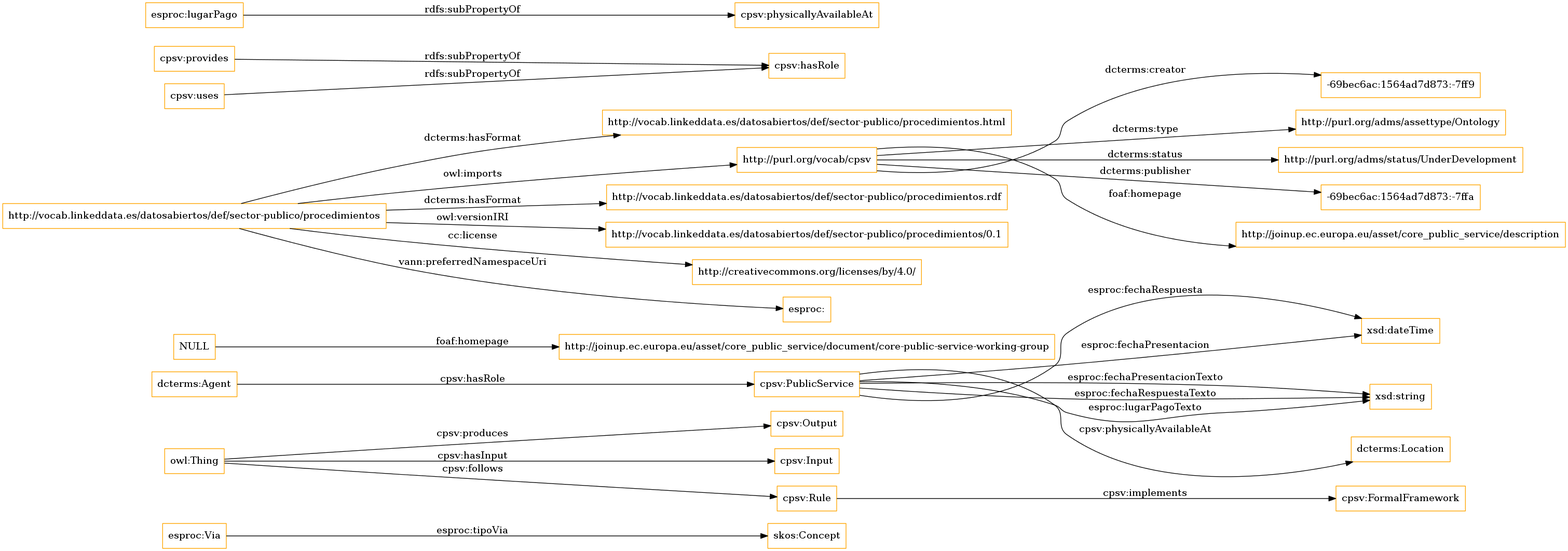
This is OnToology/procedimientos.owl/diagrams/ar2dtool-class/procedimientos.owl.png from opencitydata/sector-publico-servicio, a Graphviz export, as it was before one commit. Its source is kept beside it as OnToology/procedimientos.owl/diagrams/ar2dtool-class/procedimientos.owl.png.dot.
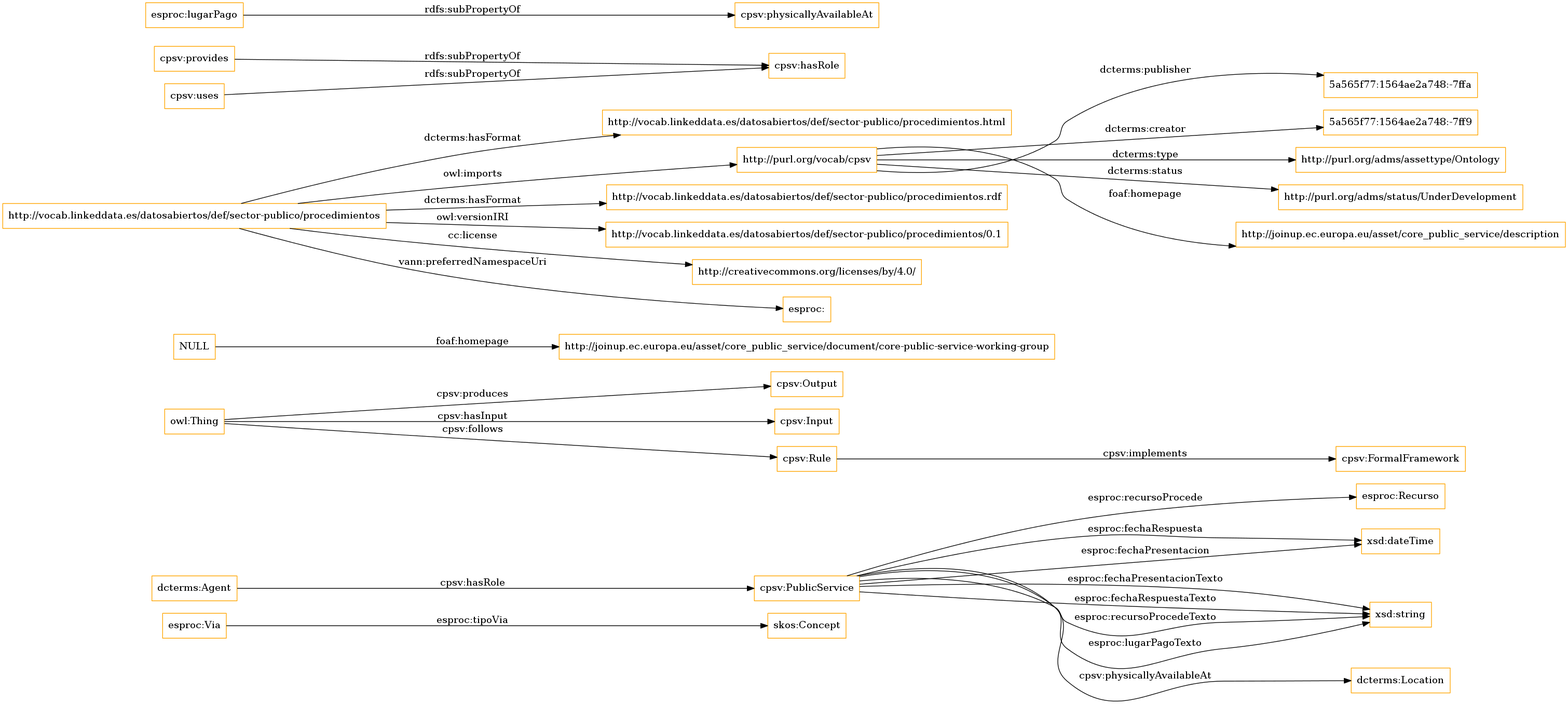
After the commit.

Change to the diagram source:
```diff
@@ -1,7 +1,7 @@
 digraph ar2dtool_diagram {
 rankdir=LR;
 size="1501"
-node [shape = rectangle, color="orange"]; "skos:Concept" "cpsv:FormalFramework" "cpsv:Output" "cpsv:Input" "cpsv:Rule" "cpsv:PublicService" ; /*classes style*/
+node [shape = rectangle, color="orange"]; "skos:Concept" "esproc:Via" "esproc:Recurso" "cpsv:FormalFramework" "cpsv:Output" "cpsv:Input" "cpsv:Rule" "cpsv:PublicService" ; /*classes style*/
 	"NULL" -> "http://joinup.ec.europa.eu/asset/core_public_service/document/core-public-service-working-group" [ label = "foaf:homepage" ];
 	"http://vocab.linkeddata.es/datosabiertos/def/sector-publico/procedimientos" -> "http://vocab.linkeddata.es/datosabiertos/def/sector-publico/procedimientos.html" [ label = "dcterms:hasFormat" ];
 	"http://vocab.linkeddata.es/datosabiertos/def/sector-publico/procedimientos" -> "http://purl.org/vocab/cpsv" [ label = "owl:imports" ];
@@ -10,24 +10,26 @@
 	"http://vocab.linkeddata.es/datosabiertos/def/sector-publico/procedimientos" -> "http://creativecommons.org/licenses/by/4.0/" [ label = "cc:license" ];
 	"http://vocab.linkeddata.es/datosabiertos/def/sector-publico/procedimientos" -> "esproc:" [ label = "vann:preferredNamespaceUri" ];
 	"cpsv:provides" -> "cpsv:hasRole" [ label = "rdfs:subPropertyOf" ];
-	"http://purl.org/vocab/cpsv" -> "-69bec6ac:1564ad7d873:-7ff9" [ label = "dcterms:creator" ];
+	"http://purl.org/vocab/cpsv" -> "5a565f77:1564ae2a748:-7ffa" [ label = "dcterms:publisher" ];
+	"http://purl.org/vocab/cpsv" -> "5a565f77:1564ae2a748:-7ff9" [ label = "dcterms:creator" ];
 	"http://purl.org/vocab/cpsv" -> "http://purl.org/adms/assettype/Ontology" [ label = "dcterms:type" ];
 	"http://purl.org/vocab/cpsv" -> "http://purl.org/adms/status/UnderDevelopment" [ label = "dcterms:status" ];
-	"http://purl.org/vocab/cpsv" -> "-69bec6ac:1564ad7d873:-7ffa" [ label = "dcterms:publisher" ];
 	"http://purl.org/vocab/cpsv" -> "http://joinup.ec.europa.eu/asset/core_public_service/description" [ label = "foaf:homepage" ];
 	"cpsv:uses" -> "cpsv:hasRole" [ label = "rdfs:subPropertyOf" ];
 	"esproc:lugarPago" -> "cpsv:physicallyAvailableAt" [ label = "rdfs:subPropertyOf" ];
 	"cpsv:PublicService" -> "xsd:dateTime" [ label = "esproc:fechaRespuesta" ];
 	"owl:Thing" -> "cpsv:Input" [ label = "cpsv:hasInput" ];
+	"cpsv:PublicService" -> "xsd:string" [ label = "esproc:fechaPresentacionTexto" ];
+	"cpsv:PublicService" -> "esproc:Recurso" [ label = "esproc:recursoProcede" ];
+	"cpsv:PublicService" -> "dcterms:Location" [ label = "cpsv:physicallyAvailableAt" ];
+	"cpsv:Rule" -> "cpsv:FormalFramework" [ label = "cpsv:implements" ];
 	"esproc:Via" -> "skos:Concept" [ label = "esproc:tipoVia" ];
-	"cpsv:Rule" -> "cpsv:FormalFramework" [ label = "cpsv:implements" ];
-	"cpsv:PublicService" -> "xsd:string" [ label = "esproc:fechaPresentacionTexto" ];
 	"cpsv:PublicService" -> "xsd:string" [ label = "esproc:fechaRespuestaTexto" ];
+	"cpsv:PublicService" -> "xsd:string" [ label = "esproc:recursoProcedeTexto" ];
 	"dcterms:Agent" -> "cpsv:PublicService" [ label = "cpsv:hasRole" ];
-	"cpsv:PublicService" -> "dcterms:Location" [ label = "cpsv:physicallyAvailableAt" ];
 	"owl:Thing" -> "cpsv:Rule" [ label = "cpsv:follows" ];
+	"cpsv:PublicService" -> "xsd:dateTime" [ label = "esproc:fechaPresentacion" ];
+	"cpsv:PublicService" -> "xsd:string" [ label = "esproc:lugarPagoTexto" ];
 	"owl:Thing" -> "cpsv:Output" [ label = "cpsv:produces" ];
-	"cpsv:PublicService" -> "xsd:string" [ label = "esproc:lugarPagoTexto" ];
-	"cpsv:PublicService" -> "xsd:dateTime" [ label = "esproc:fechaPresentacion" ];
 
 }
```
